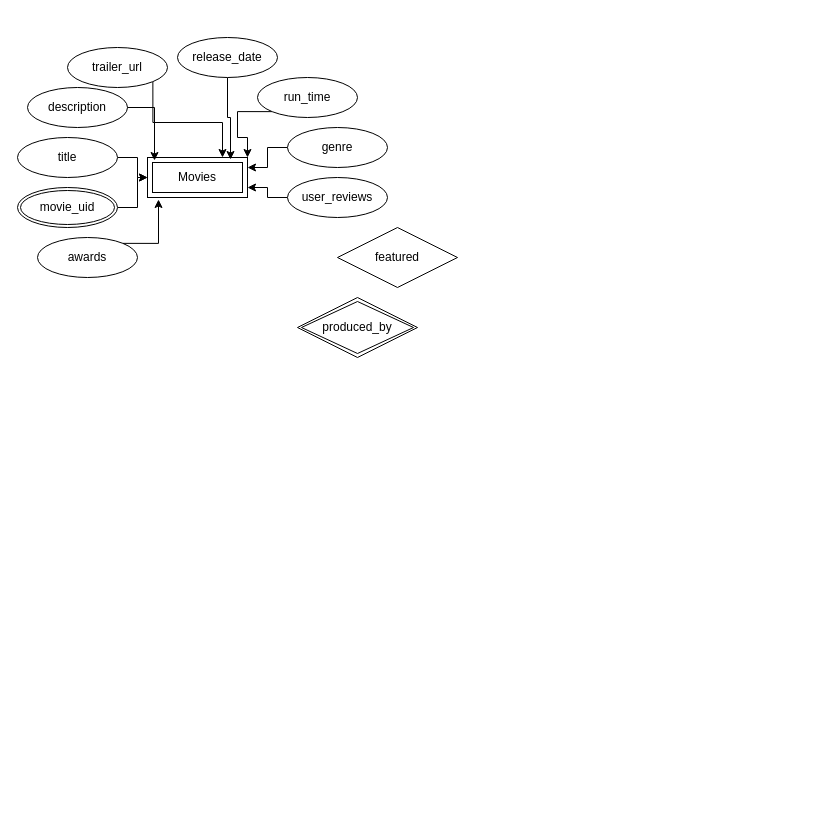
ariasalejandra/is206 keeps this draw.io diagram as MappingStudio.drawio. Above is the earlier version. Source tidied: cells renumbered, new cells numbered last; positions are measured from the earlier drawing's top-left corner, leaving out a move shared by most shapes. Both pictures are drawn from the tidied source at 100%, with x=0, y=0 at pixel (17, 37).
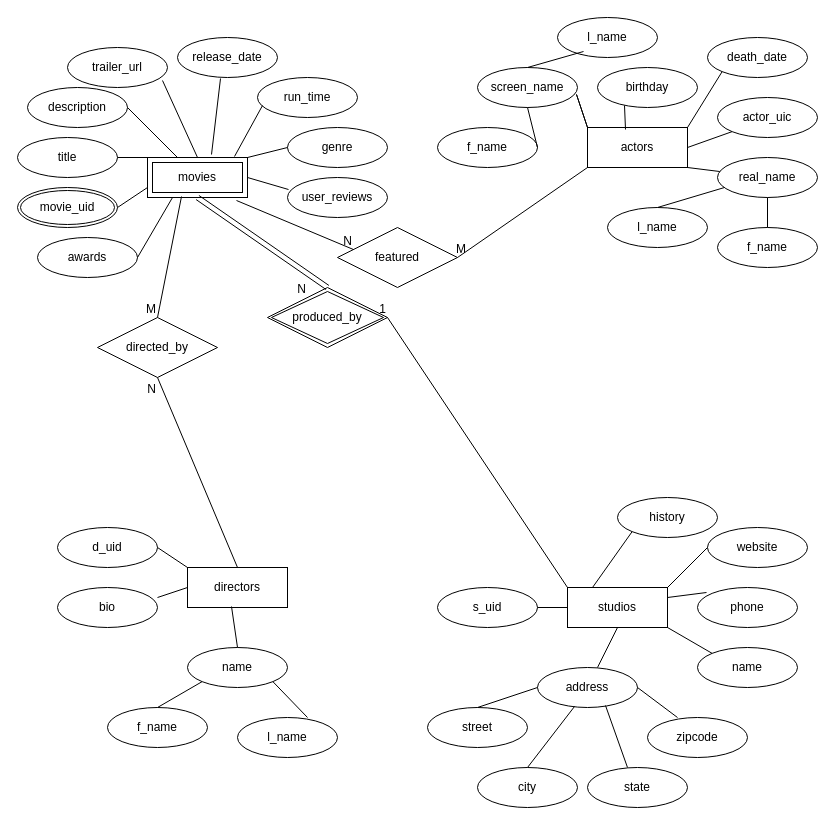
The same page after the edit.

The change refers to these unchanged cells:
```xml
<mxCell id="5" value="user_reviews" style="ellipse;whiteSpace=wrap;html=1;align=center;" parent="1" vertex="1">
  <mxGeometry x="270" y="140" width="100" height="40" as="geometry" />
</mxCell>
<mxCell id="7" value="genre" style="ellipse;whiteSpace=wrap;html=1;align=center;" parent="1" vertex="1">
  <mxGeometry x="270" y="90" width="100" height="40" as="geometry" />
</mxCell>
<mxCell id="9" value="run_time" style="ellipse;whiteSpace=wrap;html=1;align=center;" parent="1" vertex="1">
  <mxGeometry x="240" y="40" width="100" height="40" as="geometry" />
</mxCell>
<mxCell id="11" value="release_date" style="ellipse;whiteSpace=wrap;html=1;align=center;" parent="1" vertex="1">
  <mxGeometry x="160" width="100" height="40" as="geometry" />
</mxCell>
<mxCell id="13" value="trailer_url" style="ellipse;whiteSpace=wrap;html=1;align=center;" parent="1" vertex="1">
  <mxGeometry x="50" y="10" width="100" height="40" as="geometry" />
</mxCell>
<mxCell id="14" value="description" style="ellipse;whiteSpace=wrap;html=1;align=center;" parent="1" vertex="1">
  <mxGeometry x="10" y="50" width="100" height="40" as="geometry" />
</mxCell>
<mxCell id="16" value="title" style="ellipse;whiteSpace=wrap;html=1;align=center;" parent="1" vertex="1">
  <mxGeometry y="100" width="100" height="40" as="geometry" />
</mxCell>
<mxCell id="18" value="movie_uid" style="ellipse;shape=doubleEllipse;margin=3;whiteSpace=wrap;html=1;align=center;" parent="1" vertex="1">
  <mxGeometry y="150" width="100" height="40" as="geometry" />
</mxCell>
<mxCell id="19" value="awards" style="ellipse;whiteSpace=wrap;html=1;align=center;" parent="1" vertex="1">
  <mxGeometry x="20" y="200" width="100" height="40" as="geometry" />
</mxCell>
```

Diff of the diagram source:
```diff
@@
-<mxGraphModel>
+<mxGraphModel background="#ffffff">
@@
     <mxCell id="2" value="produced_by" style="shape=rhombus;double=1;perimeter=rhombusPerimeter;whiteSpace=wrap;html=1;align=center;" parent="1" vertex="1">
-      <mxGeometry x="280" y="260" width="120" height="60" as="geometry" />
+      <mxGeometry x="250" y="250" width="120" height="60" as="geometry" />
     </mxCell>
-    <mxCell id="3" value="Movies" style="shape=ext;margin=3;double=1;whiteSpace=wrap;html=1;align=center;" parent="1" vertex="1">
+    <mxCell id="3" value="movies" style="shape=ext;margin=3;double=1;whiteSpace=wrap;html=1;align=center;" parent="1" vertex="1">
       <mxGeometry x="130" y="120" width="100" height="40" as="geometry" />
     </mxCell>
-    <mxCell id="4" style="edgeStyle=orthogonalEdgeStyle;rounded=0;jettySize=auto;html=1;exitX=0;exitY=0.5;exitDx=0;exitDy=0;entryX=1;entryY=0.75;entryDx=0;entryDy=0;" parent="1" edge="1" source="5" target="3">
-      <mxGeometry relative="1" as="geometry" />
-    </mxCell>
@@
-    <mxCell id="6" style="edgeStyle=orthogonalEdgeStyle;rounded=0;jettySize=auto;html=1;exitX=0;exitY=0.5;exitDx=0;exitDy=0;entryX=1;entryY=0.25;entryDx=0;entryDy=0;" parent="1" edge="1" source="7" target="3">
-      <mxGeometry relative="1" as="geometry" />
-    </mxCell>
@@
-    <mxCell id="8" style="edgeStyle=orthogonalEdgeStyle;rounded=0;jettySize=auto;html=1;exitX=0;exitY=1;exitDx=0;exitDy=0;entryX=1;entryY=0;entryDx=0;entryDy=0;" parent="1" edge="1" source="9" target="3">
-      <mxGeometry relative="1" as="geometry" />
-    </mxCell>
@@
-    <mxCell id="10" style="edgeStyle=orthogonalEdgeStyle;rounded=0;jettySize=auto;html=1;entryX=0.83;entryY=0.05;entryDx=0;entryDy=0;entryPerimeter=0;" parent="1" edge="1" source="11" target="3">
-      <mxGeometry relative="1" as="geometry" />
-    </mxCell>
@@
-    <mxCell id="12" style="edgeStyle=orthogonalEdgeStyle;rounded=0;jettySize=auto;html=1;exitX=1;exitY=1;exitDx=0;exitDy=0;entryX=0.75;entryY=0;entryDx=0;entryDy=0;" parent="1" edge="1" source="13" target="3">
-      <mxGeometry relative="1" as="geometry" />
-    </mxCell>
@@
-    <mxCell id="15" style="edgeStyle=orthogonalEdgeStyle;rounded=0;jettySize=auto;html=1;" parent="1" edge="1" source="16" target="3">
-      <mxGeometry relative="1" as="geometry" />
-    </mxCell>
@@
-    <mxCell id="17" style="edgeStyle=orthogonalEdgeStyle;rounded=0;jettySize=auto;html=1;" parent="1" edge="1" source="18" target="3">
-      <mxGeometry relative="1" as="geometry" />
-    </mxCell>
@@
-    <mxCell id="20" style="edgeStyle=orthogonalEdgeStyle;rounded=0;jettySize=auto;html=1;exitX=1;exitY=0.5;exitDx=0;exitDy=0;entryX=0.07;entryY=0.075;entryDx=0;entryDy=0;entryPerimeter=0;" parent="1" edge="1" source="14" target="3">
-      <mxGeometry relative="1" as="geometry" />
-    </mxCell>
+    <mxCell id="22" value="featured" style="shape=rhombus;perimeter=rhombusPerimeter;whiteSpace=wrap;html=1;align=center;" parent="1" vertex="1">
+      <mxGeometry x="320" y="190" width="120" height="60" as="geometry" />
+    </mxCell>
+    <mxCell id="23" value="actors" style="whiteSpace=wrap;html=1;align=center;" parent="1" vertex="1">
+      <mxGeometry x="570" y="90" width="100" height="40" as="geometry" />
+    </mxCell>
+    <mxCell id="24" value="real_name" style="ellipse;whiteSpace=wrap;html=1;align=center;" parent="1" vertex="1">
+      <mxGeometry x="700" y="120" width="100" height="40" as="geometry" />
+    </mxCell>
+    <mxCell id="25" value="actor_uic" style="ellipse;whiteSpace=wrap;html=1;align=center;" parent="1" vertex="1">
+      <mxGeometry x="700" y="60" width="100" height="40" as="geometry" />
+    </mxCell>
+    <mxCell id="26" value="death_date" style="ellipse;whiteSpace=wrap;html=1;align=center;" parent="1" vertex="1">
+      <mxGeometry x="690" width="100" height="40" as="geometry" />
+    </mxCell>
+    <mxCell id="27" value="birthday" style="ellipse;whiteSpace=wrap;html=1;align=center;" parent="1" vertex="1">
+      <mxGeometry x="580" y="30" width="100" height="40" as="geometry" />
+    </mxCell>
+    <mxCell id="28" value="screen_name" style="ellipse;whiteSpace=wrap;html=1;align=center;" parent="1" vertex="1">
+      <mxGeometry x="460" y="30" width="100" height="40" as="geometry" />
+    </mxCell>
+    <mxCell id="29" value="l_name" style="ellipse;whiteSpace=wrap;html=1;align=center;" parent="1" vertex="1">
+      <mxGeometry x="540" y="-20" width="100" height="40" as="geometry" />
+    </mxCell>
+    <mxCell id="30" value="f_name" style="ellipse;whiteSpace=wrap;html=1;align=center;" parent="1" vertex="1">
+      <mxGeometry x="420" y="90" width="100" height="40" as="geometry" />
+    </mxCell>
+    <mxCell id="31" value="l_name" style="ellipse;whiteSpace=wrap;html=1;align=center;" parent="1" vertex="1">
+      <mxGeometry x="590" y="170" width="100" height="40" as="geometry" />
+    </mxCell>
+    <mxCell id="32" value="f_name" style="ellipse;whiteSpace=wrap;html=1;align=center;" parent="1" vertex="1">
+      <mxGeometry x="700" y="190" width="100" height="40" as="geometry" />
+    </mxCell>
+    <mxCell id="33" style="shape=link;html=1;rounded=0;width=5;exitX=0.5;exitY=1;exitDx=0;exitDy=0;entryX=0.5;entryY=0;entryDx=0;entryDy=0;" parent="1" edge="1" source="3" target="2">
+      <mxGeometry relative="1" as="geometry" />
+    </mxCell>
+    <mxCell id="34" value="N" style="html=1;whiteSpace=wrap;align=right;verticalAlign=bottom;" parent="33" vertex="1">
+      <mxGeometry x="1" relative="1" as="geometry">
+        <mxPoint x="-20" y="10" as="offset" />
+      </mxGeometry>
+    </mxCell>
+    <mxCell id="35" style="endArrow=none;html=1;rounded=0;exitX=0.89;exitY=1.075;exitDx=0;exitDy=0;exitPerimeter=0;entryX=0.133;entryY=0.367;entryDx=0;entryDy=0;entryPerimeter=0;" parent="1" edge="1" source="3" target="22">
+      <mxGeometry relative="1" as="geometry" />
+    </mxCell>
+    <mxCell id="36" value="N" style="html=1;whiteSpace=wrap;align=right;verticalAlign=bottom;" parent="35" vertex="1">
+      <mxGeometry x="1" relative="1" as="geometry" />
+    </mxCell>
+    <mxCell id="37" style="endArrow=none;html=1;rounded=0;entryX=0;entryY=1;entryDx=0;entryDy=0;exitX=1;exitY=0.5;exitDx=0;exitDy=0;" parent="1" edge="1" source="22" target="23">
+      <mxGeometry relative="1" as="geometry" />
+    </mxCell>
+    <mxCell id="38" value="M" style="html=1;whiteSpace=wrap;align=right;verticalAlign=bottom;" parent="37" vertex="1">
+      <mxGeometry x="1" relative="1" as="geometry">
+        <mxPoint x="-120" y="90" as="offset" />
+      </mxGeometry>
+    </mxCell>
-    <mxCell id="21" style="edgeStyle=orthogonalEdgeStyle;rounded=0;jettySize=auto;html=1;exitX=1;exitY=0;exitDx=0;exitDy=0;entryX=0.11;entryY=1.05;entryDx=0;entryDy=0;entryPerimeter=0;" parent="1" edge="1" source="19" target="3">
+    <mxCell id="21" style="endArrow=none;html=1;rounded=0;exitX=1;exitY=0.5;exitDx=0;exitDy=0;entryX=0.25;entryY=1;entryDx=0;entryDy=0;" parent="1" edge="1" source="19" target="3">
       <mxGeometry relative="1" as="geometry" />
     </mxCell>
-    <mxCell id="22" value="featured" style="shape=rhombus;perimeter=rhombusPerimeter;whiteSpace=wrap;html=1;align=center;" parent="1" vertex="1">
-      <mxGeometry x="320" y="190" width="120" height="60" as="geometry" />
-    </mxCell>
+    <mxCell id="17" style="endArrow=none;html=1;rounded=0;exitX=1;exitY=0.5;exitDx=0;exitDy=0;entryX=0;entryY=0.75;entryDx=0;entryDy=0;" parent="1" edge="1" source="18" target="3">
+      <mxGeometry relative="1" as="geometry" />
+    </mxCell>
+    <mxCell id="15" style="endArrow=none;html=1;rounded=0;exitX=1;exitY=0.5;exitDx=0;exitDy=0;entryX=0;entryY=0;entryDx=0;entryDy=0;" parent="1" edge="1" source="16" target="3">
+      <mxGeometry relative="1" as="geometry" />
+    </mxCell>
+    <mxCell id="39" style="endArrow=none;html=1;rounded=0;entryX=1;entryY=0.5;entryDx=0;entryDy=0;" parent="1" edge="1" source="3" target="14">
+      <mxGeometry relative="1" as="geometry" />
+    </mxCell>
+    <mxCell id="40" style="endArrow=none;html=1;rounded=0;exitX=0.5;exitY=0;exitDx=0;exitDy=0;entryX=0.95;entryY=0.825;entryDx=0;entryDy=0;entryPerimeter=0;" parent="1" edge="1" source="3" target="13">
+      <mxGeometry relative="1" as="geometry" />
+    </mxCell>
+    <mxCell id="41" style="endArrow=none;html=1;rounded=0;exitX=0.64;exitY=-0.075;exitDx=0;exitDy=0;entryX=0.43;entryY=1.025;entryDx=0;entryDy=0;entryPerimeter=0;exitPerimeter=0;" parent="1" edge="1" source="3" target="11">
+      <mxGeometry relative="1" as="geometry" />
+    </mxCell>
+    <mxCell id="42" style="endArrow=none;html=1;rounded=0;exitX=0.87;exitY=-0.025;exitDx=0;exitDy=0;entryX=0.05;entryY=0.7;entryDx=0;entryDy=0;entryPerimeter=0;exitPerimeter=0;" parent="1" edge="1" source="3" target="9">
+      <mxGeometry relative="1" as="geometry" />
+    </mxCell>
+    <mxCell id="43" style="endArrow=none;html=1;rounded=0;exitX=1;exitY=0;exitDx=0;exitDy=0;entryX=0;entryY=0.5;entryDx=0;entryDy=0;" parent="1" edge="1" source="3" target="7">
+      <mxGeometry relative="1" as="geometry" />
+    </mxCell>
+    <mxCell id="44" style="endArrow=none;html=1;rounded=0;exitX=1;exitY=0.5;exitDx=0;exitDy=0;entryX=0.01;entryY=0.3;entryDx=0;entryDy=0;entryPerimeter=0;" parent="1" edge="1" source="3" target="5">
+      <mxGeometry relative="1" as="geometry" />
+    </mxCell>
+    <mxCell id="45" style="endArrow=none;html=1;rounded=0;exitX=0.5;exitY=1;exitDx=0;exitDy=0;entryX=1;entryY=0.5;entryDx=0;entryDy=0;" parent="1" edge="1" source="28" target="30">
+      <mxGeometry relative="1" as="geometry" />
+    </mxCell>
+    <mxCell id="46" style="endArrow=none;html=1;rounded=0;exitX=0;exitY=0;exitDx=0;exitDy=0;entryX=0.99;entryY=0.675;entryDx=0;entryDy=0;entryPerimeter=0;" parent="1" edge="1" source="23" target="28">
+      <mxGeometry relative="1" as="geometry" />
+    </mxCell>
+    <mxCell id="47" style="endArrow=none;html=1;rounded=0;exitX=0.5;exitY=0;exitDx=0;exitDy=0;entryX=0.26;entryY=0.85;entryDx=0;entryDy=0;entryPerimeter=0;" parent="1" edge="1" source="28" target="29">
+      <mxGeometry relative="1" as="geometry" />
+    </mxCell>
+    <mxCell id="48" style="endArrow=none;html=1;rounded=0;exitX=0.38;exitY=0.05;exitDx=0;exitDy=0;entryX=0.27;entryY=0.95;entryDx=0;entryDy=0;entryPerimeter=0;exitPerimeter=0;" parent="1" edge="1" source="23" target="27">
+      <mxGeometry relative="1" as="geometry" />
+    </mxCell>
+    <mxCell id="49" style="endArrow=none;html=1;rounded=0;exitX=1;exitY=0;exitDx=0;exitDy=0;entryX=0;entryY=1;entryDx=0;entryDy=0;" parent="1" edge="1" source="23" target="26">
+      <mxGeometry relative="1" as="geometry" />
+    </mxCell>
+    <mxCell id="50" style="endArrow=none;html=1;rounded=0;exitX=1;exitY=0.5;exitDx=0;exitDy=0;entryX=0;entryY=1;entryDx=0;entryDy=0;" parent="1" edge="1" source="23" target="25">
+      <mxGeometry relative="1" as="geometry" />
+    </mxCell>
+    <mxCell id="51" style="endArrow=none;html=1;rounded=0;entryX=1;entryY=1;entryDx=0;entryDy=0;" parent="1" edge="1" source="24" target="23">
+      <mxGeometry relative="1" as="geometry" />
+    </mxCell>
+    <mxCell id="52" style="endArrow=none;html=1;rounded=0;exitX=0.5;exitY=0;exitDx=0;exitDy=0;entryX=0.07;entryY=0.75;entryDx=0;entryDy=0;entryPerimeter=0;" parent="1" edge="1" source="31" target="24">
+      <mxGeometry relative="1" as="geometry" />
+    </mxCell>
+    <mxCell id="53" style="endArrow=none;html=1;rounded=0;exitX=0;exitY=0;exitDx=0;exitDy=0;entryX=0.99;entryY=0.675;entryDx=0;entryDy=0;entryPerimeter=0;" parent="1" edge="1">
+      <mxGeometry relative="1" as="geometry">
+        <mxPoint x="570" y="90" as="sourcePoint" />
+        <mxPoint x="559" y="57" as="targetPoint" />
+      </mxGeometry>
+    </mxCell>
+    <mxCell id="54" style="endArrow=none;html=1;rounded=0;exitX=0.5;exitY=1;exitDx=0;exitDy=0;entryX=0.5;entryY=0;entryDx=0;entryDy=0;" parent="1" edge="1" source="24" target="32">
+      <mxGeometry relative="1" as="geometry" />
+    </mxCell>
+    <mxCell id="55" value="directed_by" style="shape=rhombus;perimeter=rhombusPerimeter;whiteSpace=wrap;html=1;align=center;" parent="1" vertex="1">
+      <mxGeometry x="80" y="280" width="120" height="60" as="geometry" />
+    </mxCell>
+    <mxCell id="56" value="directors" style="whiteSpace=wrap;html=1;align=center;" parent="1" vertex="1">
+      <mxGeometry x="170" y="530" width="100" height="40" as="geometry" />
+    </mxCell>
+    <mxCell id="57" value="name" style="ellipse;whiteSpace=wrap;html=1;align=center;" parent="1" vertex="1">
+      <mxGeometry x="170" y="610" width="100" height="40" as="geometry" />
+    </mxCell>
+    <mxCell id="58" value="d_uid" style="ellipse;whiteSpace=wrap;html=1;align=center;" parent="1" vertex="1">
+      <mxGeometry x="40" y="490" width="100" height="40" as="geometry" />
+    </mxCell>
+    <mxCell id="59" value="bio" style="ellipse;whiteSpace=wrap;html=1;align=center;" parent="1" vertex="1">
+      <mxGeometry x="40" y="550" width="100" height="40" as="geometry" />
+    </mxCell>
+    <mxCell id="60" value="f_name" style="ellipse;whiteSpace=wrap;html=1;align=center;" parent="1" vertex="1">
+      <mxGeometry x="90" y="670" width="100" height="40" as="geometry" />
+    </mxCell>
+    <mxCell id="61" value="l_name" style="ellipse;whiteSpace=wrap;html=1;align=center;" parent="1" vertex="1">
+      <mxGeometry x="220" y="680" width="100" height="40" as="geometry" />
+    </mxCell>
+    <mxCell id="62" style="endArrow=none;html=1;rounded=0;exitX=1;exitY=0.5;exitDx=0;exitDy=0;entryX=0;entryY=0;entryDx=0;entryDy=0;" parent="1" edge="1" source="58" target="56">
+      <mxGeometry relative="1" as="geometry" />
+    </mxCell>
+    <mxCell id="63" style="endArrow=none;html=1;rounded=0;exitX=1;exitY=0.25;exitDx=0;exitDy=0;entryX=0;entryY=0.5;entryDx=0;entryDy=0;exitPerimeter=0;" parent="1" edge="1" source="59" target="56">
+      <mxGeometry relative="1" as="geometry" />
+    </mxCell>
+    <mxCell id="64" style="endArrow=none;html=1;rounded=0;exitX=0.44;exitY=0.975;exitDx=0;exitDy=0;entryX=0.5;entryY=0;entryDx=0;entryDy=0;exitPerimeter=0;" parent="1" edge="1" source="56" target="57">
+      <mxGeometry relative="1" as="geometry" />
+    </mxCell>
+    <mxCell id="65" style="endArrow=none;html=1;rounded=0;exitX=0.5;exitY=0;exitDx=0;exitDy=0;entryX=0;entryY=1;entryDx=0;entryDy=0;" parent="1" edge="1" source="60" target="57">
+      <mxGeometry relative="1" as="geometry" />
+    </mxCell>
+    <mxCell id="66" style="endArrow=none;html=1;rounded=0;exitX=0.7;exitY=0;exitDx=0;exitDy=0;entryX=1;entryY=1;entryDx=0;entryDy=0;exitPerimeter=0;" parent="1" edge="1" source="61" target="57">
+      <mxGeometry relative="1" as="geometry" />
+    </mxCell>
+    <mxCell id="67" value="studios" style="whiteSpace=wrap;html=1;align=center;" parent="1" vertex="1">
+      <mxGeometry x="550" y="550" width="100" height="40" as="geometry" />
+    </mxCell>
+    <mxCell id="68" value="history" style="ellipse;whiteSpace=wrap;html=1;align=center;" parent="1" vertex="1">
+      <mxGeometry x="600" y="460" width="100" height="40" as="geometry" />
+    </mxCell>
+    <mxCell id="69" value="website" style="ellipse;whiteSpace=wrap;html=1;align=center;" parent="1" vertex="1">
+      <mxGeometry x="690" y="490" width="100" height="40" as="geometry" />
+    </mxCell>
+    <mxCell id="70" value="s_uid" style="ellipse;whiteSpace=wrap;html=1;align=center;" parent="1" vertex="1">
+      <mxGeometry x="420" y="550" width="100" height="40" as="geometry" />
+    </mxCell>
+    <mxCell id="71" value="address" style="ellipse;whiteSpace=wrap;html=1;align=center;" parent="1" vertex="1">
+      <mxGeometry x="520" y="630" width="100" height="40" as="geometry" />
+    </mxCell>
+    <mxCell id="72" value="phone" style="ellipse;whiteSpace=wrap;html=1;align=center;" parent="1" vertex="1">
+      <mxGeometry x="680" y="550" width="100" height="40" as="geometry" />
+    </mxCell>
+    <mxCell id="73" value="name" style="ellipse;whiteSpace=wrap;html=1;align=center;" parent="1" vertex="1">
+      <mxGeometry x="680" y="610" width="100" height="40" as="geometry" />
+    </mxCell>
+    <mxCell id="74" value="street" style="ellipse;whiteSpace=wrap;html=1;align=center;" parent="1" vertex="1">
+      <mxGeometry x="410" y="670" width="100" height="40" as="geometry" />
+    </mxCell>
+    <mxCell id="75" value="city" style="ellipse;whiteSpace=wrap;html=1;align=center;" parent="1" vertex="1">
+      <mxGeometry x="460" y="730" width="100" height="40" as="geometry" />
+    </mxCell>
+    <mxCell id="76" value="state" style="ellipse;whiteSpace=wrap;html=1;align=center;" parent="1" vertex="1">
+      <mxGeometry x="570" y="730" width="100" height="40" as="geometry" />
+    </mxCell>
+    <mxCell id="77" value="zipcode" style="ellipse;whiteSpace=wrap;html=1;align=center;" parent="1" vertex="1">
+      <mxGeometry x="630" y="680" width="100" height="40" as="geometry" />
+    </mxCell>
+    <mxCell id="78" style="endArrow=none;html=1;rounded=0;entryX=1;entryY=0.5;entryDx=0;entryDy=0;exitX=0;exitY=0;exitDx=0;exitDy=0;" parent="1" edge="1" source="67" target="2">
+      <mxGeometry relative="1" as="geometry" />
+    </mxCell>
+    <mxCell id="79" value="1" style="html=1;whiteSpace=wrap;align=right;verticalAlign=bottom;" parent="78" vertex="1">
+      <mxGeometry x="1" relative="1" as="geometry" />
+    </mxCell>
+    <mxCell id="80" style="endArrow=none;html=1;rounded=0;entryX=0;entryY=0.5;entryDx=0;entryDy=0;exitX=1;exitY=0.5;exitDx=0;exitDy=0;" parent="1" edge="1" source="70" target="67">
+      <mxGeometry relative="1" as="geometry" />
+    </mxCell>
+    <mxCell id="81" style="endArrow=none;html=1;rounded=0;entryX=0;entryY=1;entryDx=0;entryDy=0;exitX=0.25;exitY=0;exitDx=0;exitDy=0;" parent="1" edge="1" source="67" target="68">
+      <mxGeometry relative="1" as="geometry" />
+    </mxCell>
+    <mxCell id="82" style="endArrow=none;html=1;rounded=0;entryX=0;entryY=0.5;entryDx=0;entryDy=0;exitX=1;exitY=0;exitDx=0;exitDy=0;" parent="1" edge="1" source="67" target="69">
+      <mxGeometry relative="1" as="geometry" />
+    </mxCell>
+    <mxCell id="83" style="endArrow=none;html=1;rounded=0;entryX=0.09;entryY=0.125;entryDx=0;entryDy=0;exitX=1;exitY=0.25;exitDx=0;exitDy=0;entryPerimeter=0;" parent="1" edge="1" source="67" target="72">
+      <mxGeometry relative="1" as="geometry" />
+    </mxCell>
+    <mxCell id="84" style="endArrow=none;html=1;rounded=0;entryX=0;entryY=0;entryDx=0;entryDy=0;exitX=1;exitY=1;exitDx=0;exitDy=0;" parent="1" edge="1" source="67" target="73">
+      <mxGeometry relative="1" as="geometry" />
+    </mxCell>
+    <mxCell id="85" style="endArrow=none;html=1;rounded=0;entryX=0.5;entryY=1;entryDx=0;entryDy=0;exitX=0.6;exitY=0;exitDx=0;exitDy=0;exitPerimeter=0;" parent="1" edge="1" source="71" target="67">
+      <mxGeometry relative="1" as="geometry" />
+    </mxCell>
+    <mxCell id="86" style="endArrow=none;html=1;rounded=0;entryX=1;entryY=0.5;entryDx=0;entryDy=0;" parent="1" edge="1" target="71">
+      <mxGeometry relative="1" as="geometry">
+        <mxPoint x="660" y="680" as="sourcePoint" />
+      </mxGeometry>
+    </mxCell>
+    <mxCell id="87" style="endArrow=none;html=1;rounded=0;exitX=0;exitY=0.5;exitDx=0;exitDy=0;entryX=0.5;entryY=0;entryDx=0;entryDy=0;" parent="1" edge="1" source="71" target="74">
+      <mxGeometry relative="1" as="geometry" />
+    </mxCell>
+    <mxCell id="88" style="endArrow=none;html=1;rounded=0;entryX=0.37;entryY=0.975;entryDx=0;entryDy=0;exitX=0.5;exitY=0;exitDx=0;exitDy=0;entryPerimeter=0;" parent="1" edge="1" source="75" target="71">
+      <mxGeometry relative="1" as="geometry" />
+    </mxCell>
+    <mxCell id="89" style="endArrow=none;html=1;rounded=0;entryX=0.68;entryY=0.95;entryDx=0;entryDy=0;exitX=0.4;exitY=0;exitDx=0;exitDy=0;entryPerimeter=0;exitPerimeter=0;" parent="1" edge="1" source="76" target="71">
+      <mxGeometry relative="1" as="geometry" />
+    </mxCell>
+    <mxCell id="90" style="endArrow=none;html=1;rounded=0;exitX=0.34;exitY=0.975;exitDx=0;exitDy=0;exitPerimeter=0;entryX=0.5;entryY=0;entryDx=0;entryDy=0;" parent="1" edge="1" source="3" target="55">
+      <mxGeometry relative="1" as="geometry" />
+    </mxCell>
+    <mxCell id="91" value="M" style="html=1;whiteSpace=wrap;align=right;verticalAlign=bottom;" parent="90" vertex="1">
+      <mxGeometry x="1" relative="1" as="geometry" />
+    </mxCell>
+    <mxCell id="92" style="endArrow=none;html=1;rounded=0;entryX=0.5;entryY=1;entryDx=0;entryDy=0;exitX=0.5;exitY=0;exitDx=0;exitDy=0;" parent="1" edge="1" source="56" target="55">
+      <mxGeometry relative="1" as="geometry" />
+    </mxCell>
+    <mxCell id="93" value="N" style="html=1;whiteSpace=wrap;align=right;verticalAlign=bottom;" parent="92" vertex="1">
+      <mxGeometry x="1" relative="1" as="geometry">
+        <mxPoint y="20" as="offset" />
+      </mxGeometry>
+    </mxCell>
```
